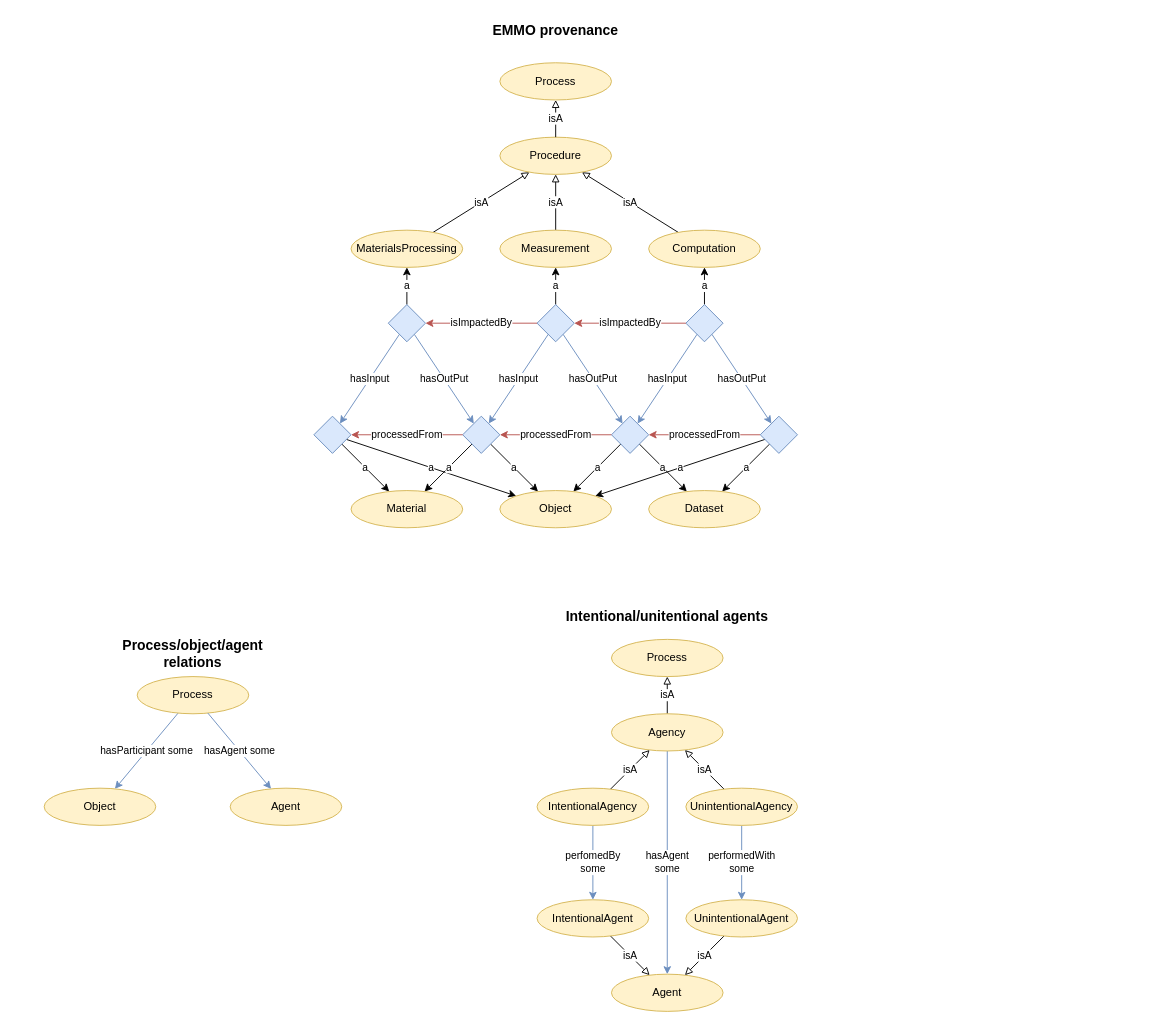
SINTEF/physmet-data-documentation-templates keeps this draw.io diagram as page "Page-2" (2 of 2) of tables/figs/linked-data.drawio. Above is the earlier version. Source tidied: cells renumbered, new cells numbered last; positions are measured from the earlier drawing's top-left corner, leaving out a move shared by most shapes. Both pictures are drawn from the tidied source at 93%, with x=0, y=0 at pixel (44, 16).
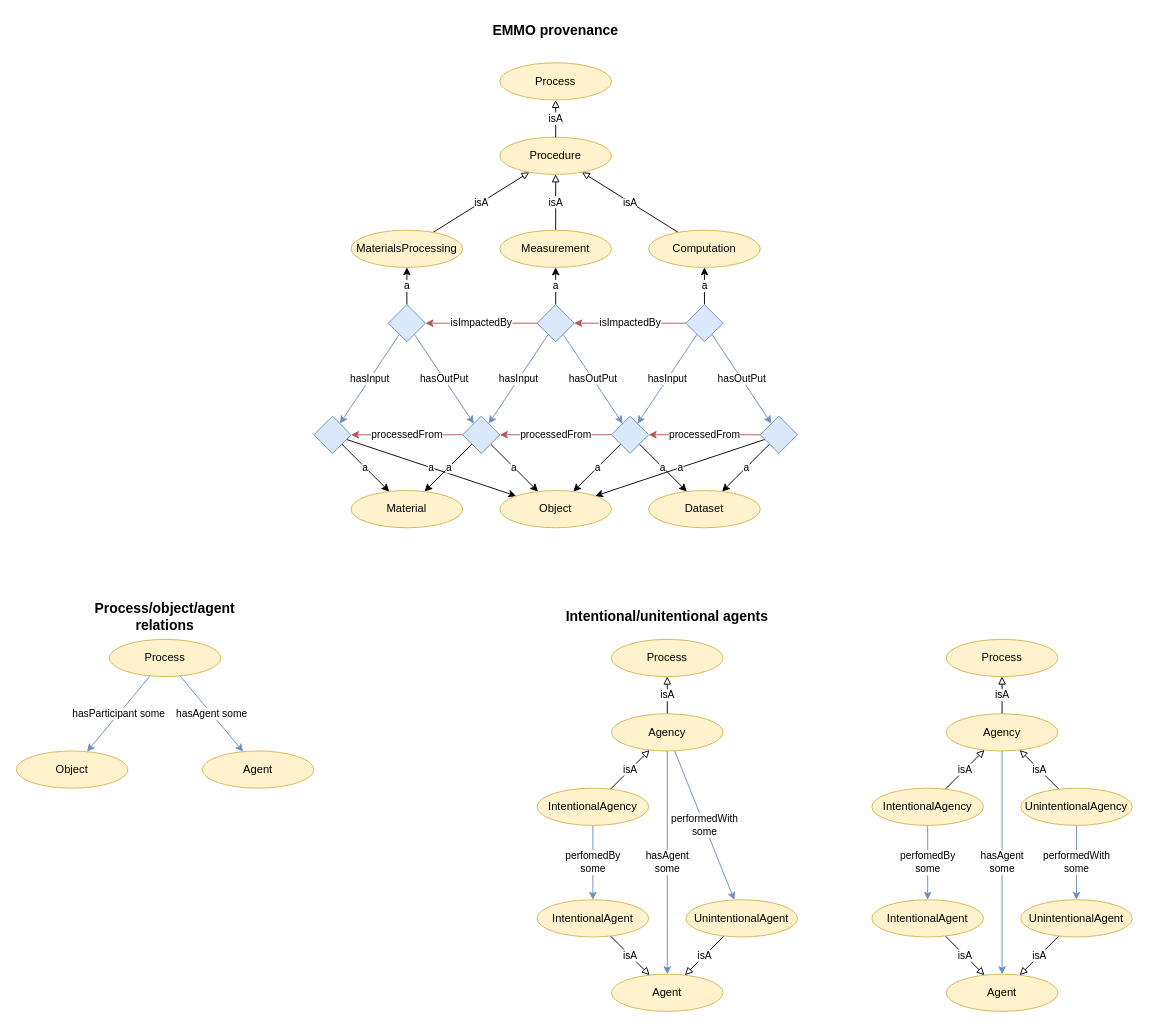
The same page after the edit.

The change refers to these unchanged cells:
```xml
<mxCell id="46" value="Agency" style="ellipse;whiteSpace=wrap;html=1;fillColor=#fff2cc;strokeColor=#d6b656;" parent="1" vertex="1">
  <mxGeometry x="610" y="750" width="120" height="40" as="geometry" />
</mxCell>
<mxCell id="53" value="UnintentionalAgent" style="ellipse;whiteSpace=wrap;html=1;fillColor=#fff2cc;strokeColor=#d6b656;" parent="1" vertex="1">
  <mxGeometry x="690" y="950" width="120" height="40" as="geometry" />
</mxCell>
```

Diff of the diagram source:
```diff
@@
     <mxCell id="41" value="Object" style="ellipse;whiteSpace=wrap;html=1;fillColor=#fff2cc;strokeColor=#d6b656;" parent="1" vertex="1">
-      <mxGeometry y="830" width="120" height="40" as="geometry" />
+      <mxGeometry x="-30" y="790" width="120" height="40" as="geometry" />
     </mxCell>
@@
-    <mxCell id="57" value="isA" style="edgeStyle=none;shape=connector;rounded=0;jettySize=auto;html=1;labelBackgroundColor=default;strokeColor=default;fontFamily=Helvetica;fontSize=11;fontColor=default;endArrow=block;endFill=0;" parent="1" edge="1" source="59" target="46">
-      <mxGeometry relative="1" as="geometry" />
-    </mxCell>
-    <mxCell id="58" value="performedWith&lt;br&gt;some" style="edgeStyle=none;shape=connector;rounded=0;jettySize=auto;html=1;labelBackgroundColor=default;strokeColor=#6c8ebf;fontFamily=Helvetica;fontSize=11;fontColor=default;endArrow=classic;fillColor=#dae8fc;" parent="1" edge="1" source="59" target="53">
+    <mxCell id="58" value="performedWith&lt;br&gt;some" style="edgeStyle=none;shape=connector;rounded=0;jettySize=auto;html=1;labelBackgroundColor=default;strokeColor=#6c8ebf;fontFamily=Helvetica;fontSize=11;fontColor=default;endArrow=classic;fillColor=#dae8fc;" parent="1" edge="1" source="46" target="53">
       <mxGeometry relative="1" as="geometry" />
     </mxCell>
-    <mxCell id="59" value="UnintentionalAgency" style="ellipse;whiteSpace=wrap;html=1;fillColor=#fff2cc;strokeColor=#d6b656;" parent="1" vertex="1">
-      <mxGeometry x="690" y="830" width="120" height="40" as="geometry" />
-    </mxCell>
     <mxCell id="60" value="Process" style="ellipse;whiteSpace=wrap;html=1;fillColor=#fff2cc;strokeColor=#d6b656;" parent="1" vertex="1">
-      <mxGeometry x="100" y="710" width="120" height="40" as="geometry" />
+      <mxGeometry x="70" y="670" width="120" height="40" as="geometry" />
     </mxCell>
     <mxCell id="61" value="Agent" style="ellipse;whiteSpace=wrap;html=1;fillColor=#fff2cc;strokeColor=#d6b656;" parent="1" vertex="1">
-      <mxGeometry x="200" y="830" width="120" height="40" as="geometry" />
+      <mxGeometry x="170" y="790" width="120" height="40" as="geometry" />
     </mxCell>
@@
     <mxCell id="64" value="&lt;b&gt;&lt;font style=&quot;font-size: 15px;&quot;&gt;Process/object/agent relations&lt;/font&gt;&lt;/b&gt;" style="text;html=1;strokeColor=none;fillColor=none;align=center;verticalAlign=middle;whiteSpace=wrap;rounded=0;fontFamily=Helvetica;fontSize=11;fontColor=default;" parent="1" vertex="1">
-      <mxGeometry x="80" y="670" width="160" height="30" as="geometry" />
+      <mxGeometry x="50" y="630" width="160" height="30" as="geometry" />
     </mxCell>
@@
+    <mxCell id="66" value="Agent" style="ellipse;whiteSpace=wrap;html=1;fillColor=#fff2cc;strokeColor=#d6b656;" parent="1" vertex="1">
+      <mxGeometry x="970" y="1030" width="120" height="40" as="geometry" />
+    </mxCell>
+    <mxCell id="67" value="isA" style="edgeStyle=none;shape=connector;rounded=0;jettySize=auto;html=1;labelBackgroundColor=default;strokeColor=default;fontFamily=Helvetica;fontSize=11;fontColor=default;endArrow=block;endFill=0;" parent="1" edge="1" source="69" target="70">
+      <mxGeometry relative="1" as="geometry" />
+    </mxCell>
+    <mxCell id="68" value="hasAgent&lt;br&gt;some" style="edgeStyle=none;shape=connector;rounded=0;jettySize=auto;html=1;labelBackgroundColor=default;strokeColor=#6c8ebf;fontFamily=Helvetica;fontSize=11;fontColor=default;endArrow=classic;fillColor=#dae8fc;" parent="1" edge="1" source="69" target="66">
+      <mxGeometry relative="1" as="geometry" />
+    </mxCell>
+    <mxCell id="69" value="Agency" style="ellipse;whiteSpace=wrap;html=1;fillColor=#fff2cc;strokeColor=#d6b656;" parent="1" vertex="1">
+      <mxGeometry x="970" y="750" width="120" height="40" as="geometry" />
+    </mxCell>
+    <mxCell id="70" value="Process" style="ellipse;whiteSpace=wrap;html=1;fillColor=#fff2cc;strokeColor=#d6b656;" parent="1" vertex="1">
+      <mxGeometry x="970" y="670" width="120" height="40" as="geometry" />
+    </mxCell>
+    <mxCell id="71" value="isA" style="edgeStyle=none;shape=connector;rounded=0;jettySize=auto;html=1;labelBackgroundColor=default;strokeColor=default;fontFamily=Helvetica;fontSize=11;fontColor=default;endArrow=block;endFill=0;" parent="1" edge="1" source="72" target="66">
+      <mxGeometry relative="1" as="geometry" />
+    </mxCell>
+    <mxCell id="72" value="IntentionalAgent" style="ellipse;whiteSpace=wrap;html=1;fillColor=#fff2cc;strokeColor=#d6b656;" parent="1" vertex="1">
+      <mxGeometry x="890" y="950" width="120" height="40" as="geometry" />
+    </mxCell>
+    <mxCell id="73" value="isA" style="edgeStyle=none;shape=connector;rounded=0;jettySize=auto;html=1;labelBackgroundColor=default;strokeColor=default;fontFamily=Helvetica;fontSize=11;fontColor=default;endArrow=block;endFill=0;" parent="1" edge="1" source="74" target="66">
+      <mxGeometry relative="1" as="geometry" />
+    </mxCell>
+    <mxCell id="74" value="UnintentionalAgent" style="ellipse;whiteSpace=wrap;html=1;fillColor=#fff2cc;strokeColor=#d6b656;" parent="1" vertex="1">
+      <mxGeometry x="1050" y="950" width="120" height="40" as="geometry" />
+    </mxCell>
+    <mxCell id="75" value="isA" style="edgeStyle=none;shape=connector;rounded=0;jettySize=auto;html=1;labelBackgroundColor=default;strokeColor=default;fontFamily=Helvetica;fontSize=11;fontColor=default;endArrow=block;endFill=0;" parent="1" edge="1" source="77" target="69">
+      <mxGeometry relative="1" as="geometry" />
+    </mxCell>
+    <mxCell id="76" value="perfomedBy&lt;br&gt;some" style="edgeStyle=none;shape=connector;rounded=0;jettySize=auto;html=1;labelBackgroundColor=default;strokeColor=#6c8ebf;fontFamily=Helvetica;fontSize=11;fontColor=default;endArrow=classic;fillColor=#dae8fc;" parent="1" edge="1" source="77" target="72">
+      <mxGeometry relative="1" as="geometry" />
+    </mxCell>
+    <mxCell id="77" value="IntentionalAgency" style="ellipse;whiteSpace=wrap;html=1;fillColor=#fff2cc;strokeColor=#d6b656;" parent="1" vertex="1">
+      <mxGeometry x="890" y="830" width="120" height="40" as="geometry" />
+    </mxCell>
+    <mxCell id="78" value="isA" style="edgeStyle=none;shape=connector;rounded=0;jettySize=auto;html=1;labelBackgroundColor=default;strokeColor=default;fontFamily=Helvetica;fontSize=11;fontColor=default;endArrow=block;endFill=0;" parent="1" edge="1" source="59" target="69">
+      <mxGeometry relative="1" as="geometry" />
+    </mxCell>
+    <mxCell id="79" value="performedWith&lt;br&gt;some" style="edgeStyle=none;shape=connector;rounded=0;jettySize=auto;html=1;labelBackgroundColor=default;strokeColor=#6c8ebf;fontFamily=Helvetica;fontSize=11;fontColor=default;endArrow=classic;fillColor=#dae8fc;" parent="1" edge="1" source="59" target="74">
+      <mxGeometry relative="1" as="geometry" />
+    </mxCell>
+    <mxCell id="59" value="UnintentionalAgency" style="ellipse;whiteSpace=wrap;html=1;fillColor=#fff2cc;strokeColor=#d6b656;" parent="1" vertex="1">
+      <mxGeometry x="1050" y="830" width="120" height="40" as="geometry" />
+    </mxCell>
```
